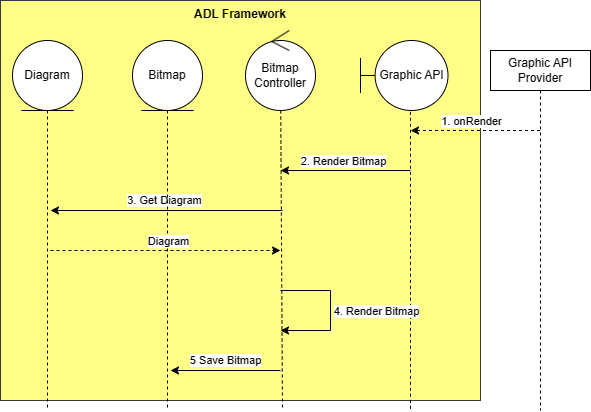
This is img/usecases_detail/Render Bitmap.drawio.png from phunm211/SW-Associate-Architecture, a draw.io export, as it was before one commit. Source tidied: cells renumbered, new cells last; positions are measured from the earlier drawing's top-left corner, leaving out a move shared by most shapes.
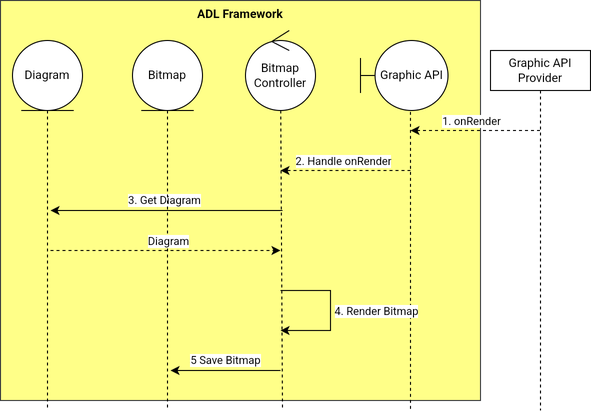
After the change.

Change to the diagram source:
```diff
@@ -47,13 +47,13 @@
         <mxPoint x="6" y="-9" as="offset" />
       </mxGeometry>
     </mxCell>
-    <mxCell id="12" style="endArrow=classic;html=1;rounded=0;" parent="1" edge="1">
+    <mxCell id="12" style="endArrow=classic;html=1;rounded=0;dashed=1;" parent="1" edge="1">
       <mxGeometry relative="1" as="geometry">
         <mxPoint x="410" y="170" as="sourcePoint" />
         <mxPoint x="280" y="170" as="targetPoint" />
       </mxGeometry>
     </mxCell>
-    <mxCell id="13" value="2. Render Bitmap" style="edgeLabel;html=1;align=center;verticalAlign=middle;" parent="12" vertex="1">
+    <mxCell id="13" value="2. Handle onRender" style="edgeLabel;html=1;align=center;verticalAlign=middle;" parent="12" vertex="1">
       <mxGeometry x="0.05" y="-1" relative="1" as="geometry">
         <mxPoint y="-9" as="offset" />
       </mxGeometry>
```
